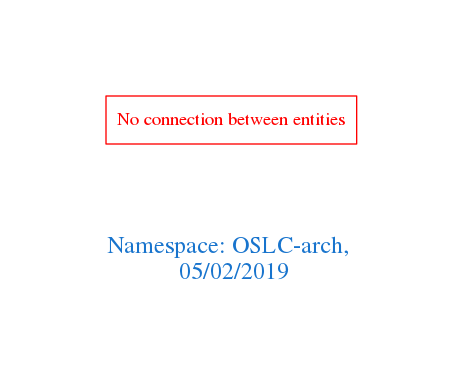
Before: downloads/OSLC-arch.png, a diagram exported from Graphviz (arago/OGIT). Its source is kept beside it as downloads/OSLC-arch.dot.
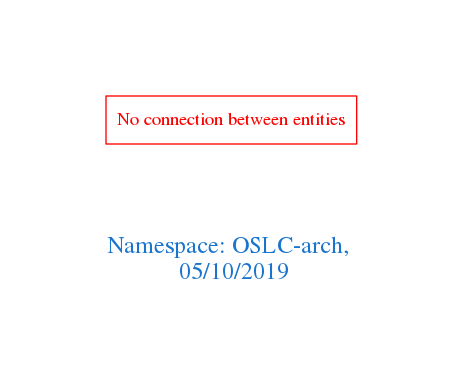
After the commit.

The edit, as a diff of the source:
```diff
@@ -1,7 +1,7 @@
 digraph OGIT_ontology {
  graph [ rankdir= LR,pad=1
 fontsize = 18,
-fontcolor= dodgerblue3,label = "\n\n\nNamespace: OSLC-arch, \n 05/02/2019"];
+fontcolor= dodgerblue3,label = "\n\n\nNamespace: OSLC-arch, \n 05/10/2019"];
 node[shape=polygon];
 edge [  color="gray81"];
 
```
